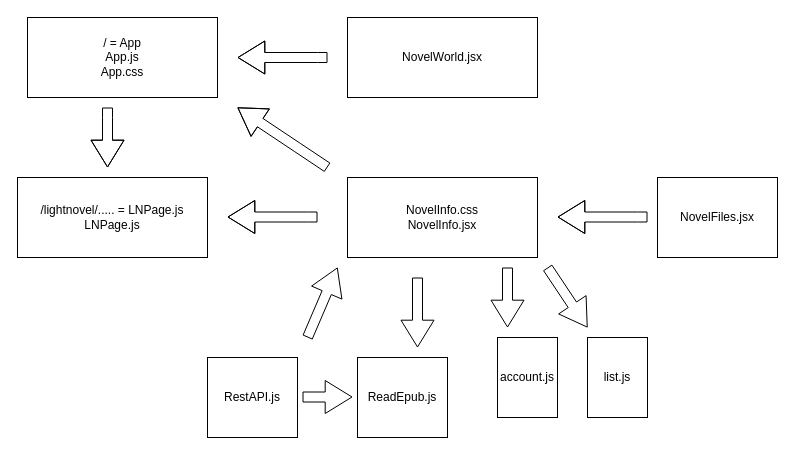
This is diagram.drawio from WebForks/lightnovel-react, a draw.io file, before an edit. Source tidied: cells renumbered, new cells numbered last; positions are measured from the earlier drawing's top-left corner, leaving out a move shared by most shapes. Both pictures are drawn from the tidied source at 100%, with x=0, y=0 at pixel (17, 17).
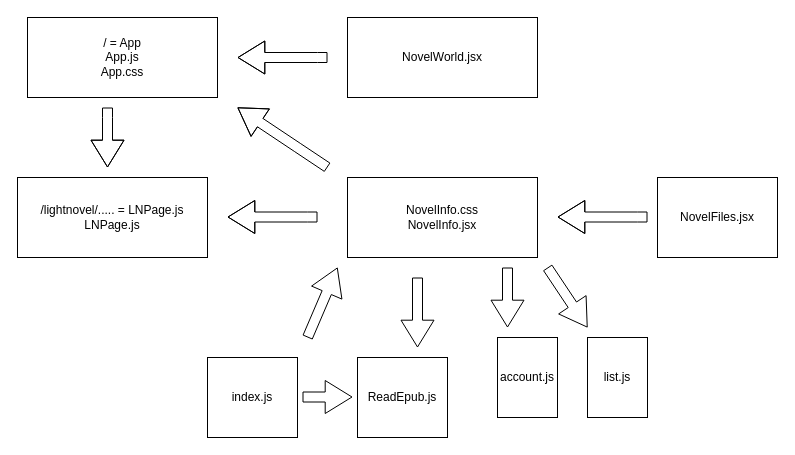
The same diagram, later.

What changed in the source:
```diff
@@
-    <mxCell id="16" value="RestAPI.js" style="rounded=0;whiteSpace=wrap;html=1;" parent="1" vertex="1">
+    <mxCell id="16" value="index.js" style="rounded=0;whiteSpace=wrap;html=1;" parent="1" vertex="1">
       <mxGeometry x="190" y="340" width="90" height="80" as="geometry" />
     </mxCell>
```
